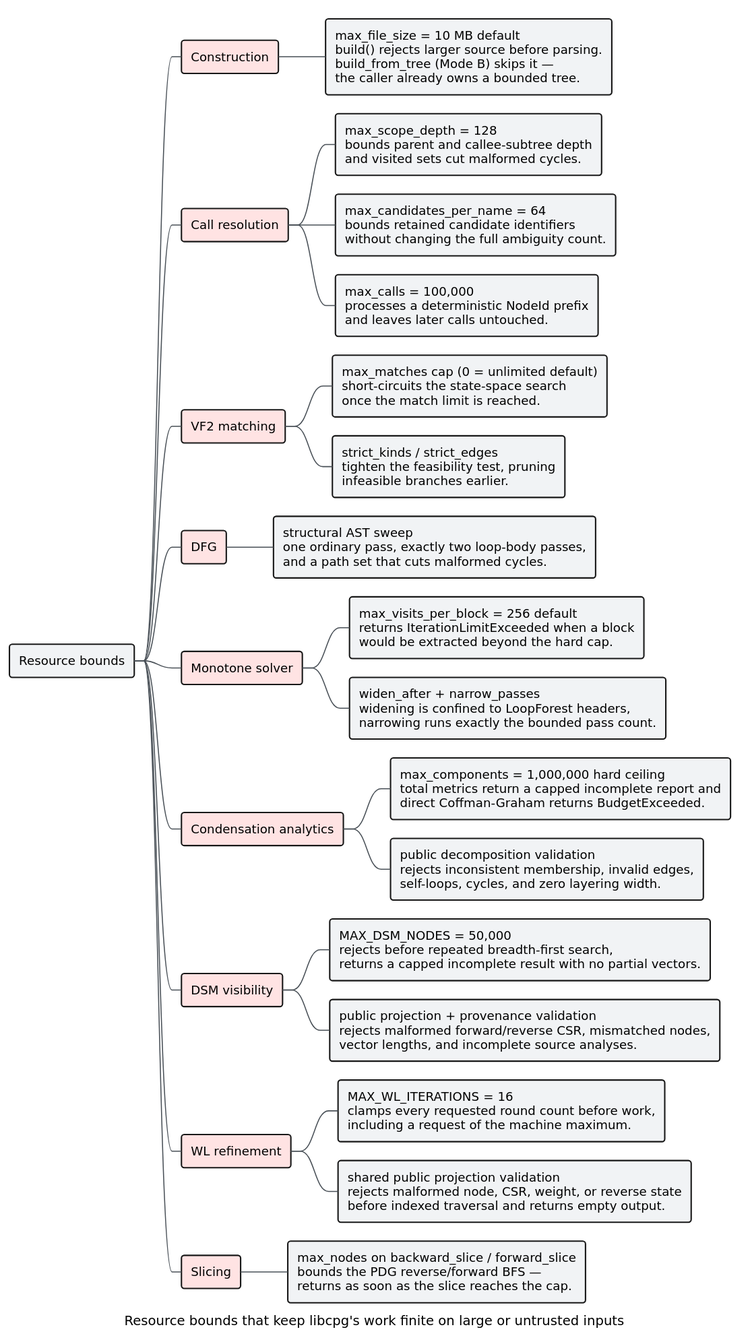
The PlantUML diagram docs/diagrams/resource-bounds.svg in vinary-tree/libcpg, before a commit. Its source is kept beside it as docs/diagrams/resource-bounds.puml.
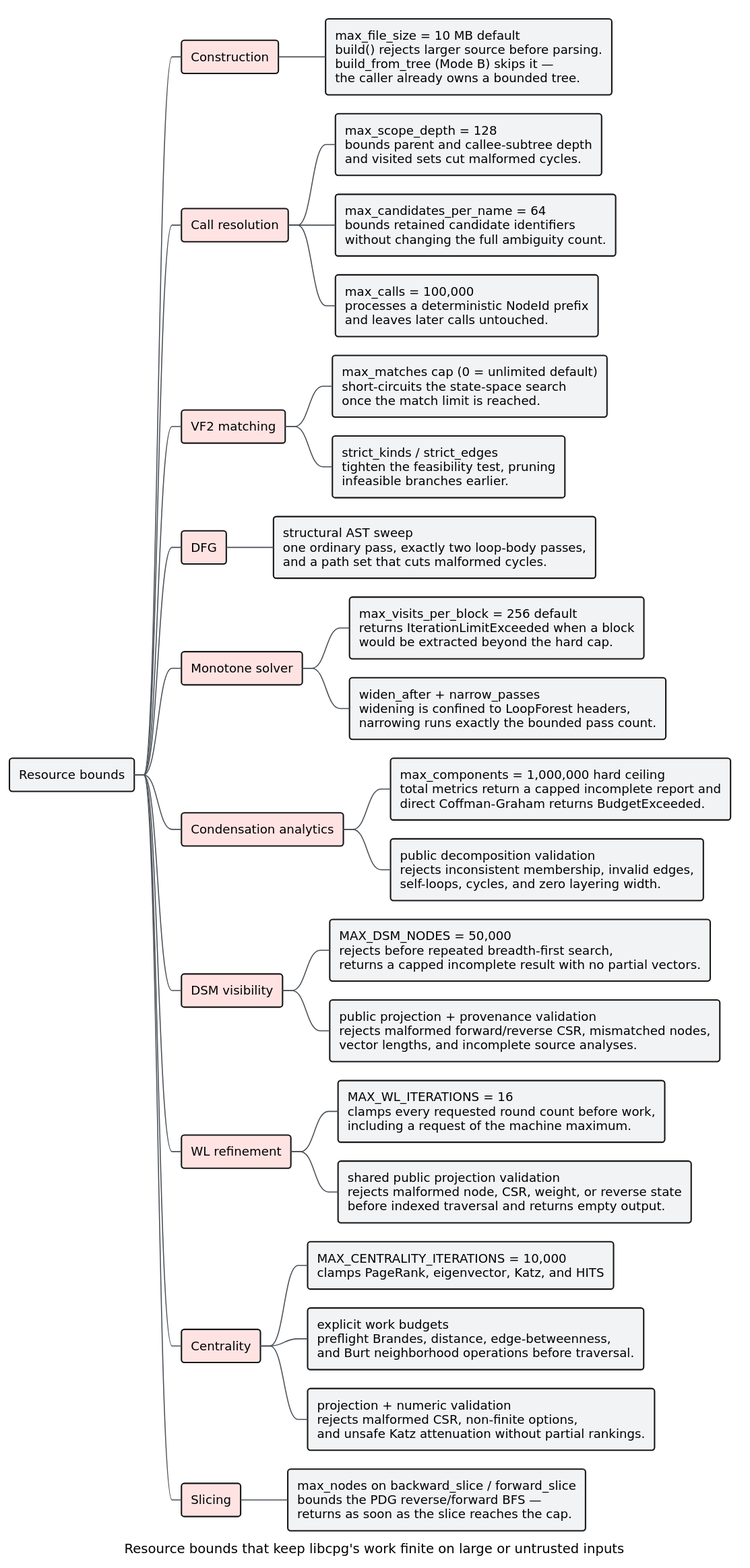
The same diagram one commit later.

The edit, as a diff of the source:
```diff
@@ -57,6 +57,15 @@
 ***[#F1F3F5]:shared public projection validation
 rejects malformed node, CSR, weight, or reverse state
 before indexed traversal and returns empty output.;
+**[#FFE3E3] Centrality
+***[#F1F3F5]:MAX_CENTRALITY_ITERATIONS = 10,000
+clamps PageRank, eigenvector, Katz, and HITS;
+***[#F1F3F5]:explicit work budgets
+preflight Brandes, distance, edge-betweenness,
+and Burt neighborhood operations before traversal.;
+***[#F1F3F5]:projection + numeric validation
+rejects malformed CSR, non-finite options,
+and unsafe Katz attenuation without partial rankings.;
 **[#FFE3E3] Slicing
 ***[#F1F3F5]:max_nodes on backward_slice / forward_slice
 bounds the PDG reverse/forward BFS —
```
